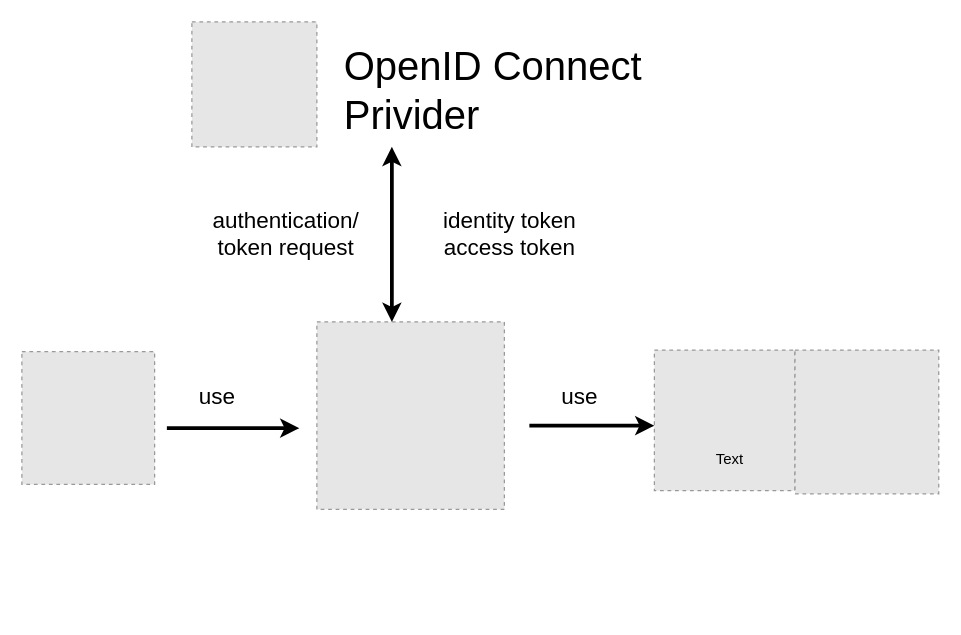
This is 未命名绘图.drawio from xzs603/draw.io, a draw.io file, before an edit. Source tidied: cells renumbered, new cells numbered last; positions are measured from the earlier drawing's top-left corner, leaving out a move shared by most shapes. Both pictures are drawn from the tidied source at 125%, with x=0, y=0 at pixel (21, 21). Pictures stored in the file or linked from it are replaced by grey dashed boxes.
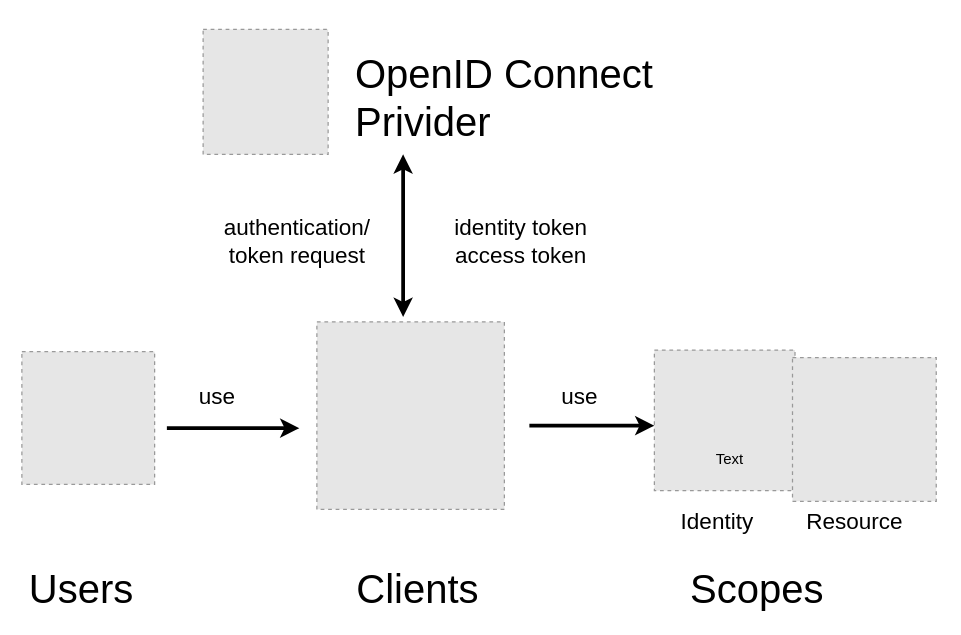
Above is the later version.

Commit message:
更新未命名绘图.drawio

The edit, as a diff of the source:
```diff
@@
     <mxCell id="2" style="fillColor=#E6E6E6;strokeColor=#999999;dashed=1;verticalLabelPosition=bottom;verticalAlign=top;" parent="1" vertex="1">
-      <mxGeometry x="136" width="100" height="100" as="geometry" />
+      <mxGeometry x="145" y="6" width="100" height="100" as="geometry" />
     </mxCell>
@@
     <mxCell id="6" style="fillColor=#E6E6E6;strokeColor=#999999;dashed=1;verticalLabelPosition=bottom;verticalAlign=top;" parent="1" vertex="1">
-      <mxGeometry x="618.5" y="262.5" width="115" height="115" as="geometry" />
+      <mxGeometry x="616.5" y="268.5" width="115" height="115" as="geometry" />
     </mxCell>
@@
     <mxCell id="9" style="endArrow=classic;startArrow=classic;html=1;rounded=0;strokeWidth=3;" parent="1" edge="1">
       <mxGeometry relative="1" as="geometry">
-        <mxPoint x="296" y="240" as="sourcePoint" />
-        <mxPoint x="296" y="100" as="targetPoint" />
+        <mxPoint x="305" y="236" as="sourcePoint" />
+        <mxPoint x="305" y="106" as="targetPoint" />
       </mxGeometry>
     </mxCell>
@@
     <mxCell id="13" value="&lt;font style=&quot;font-size: 18px&quot;&gt;authentication/&lt;br&gt;token request&lt;br&gt;&lt;/font&gt;" style="text;html=1;align=center;verticalAlign=middle;strokeColor=none;fillColor=none;" parent="1" vertex="1">
-      <mxGeometry x="146" y="150" width="130" height="40" as="geometry" />
+      <mxGeometry x="155" y="156" width="130" height="40" as="geometry" />
     </mxCell>
     <mxCell id="14" value="&lt;span style=&quot;font-size: 18px&quot;&gt;identity token&lt;br&gt;access token&lt;br&gt;&lt;/span&gt;" style="text;html=1;align=center;verticalAlign=middle;strokeColor=none;fillColor=none;" parent="1" vertex="1">
-      <mxGeometry x="330" y="150" width="120" height="40" as="geometry" />
+      <mxGeometry x="339" y="156" width="120" height="40" as="geometry" />
     </mxCell>
     <mxCell id="15" value="&lt;font style=&quot;font-size: 32px&quot;&gt;OpenID Connect&lt;br&gt;Privider&lt;br&gt;&lt;/font&gt;" style="text;html=1;align=left;verticalAlign=middle;strokeColor=none;fillColor=none;" parent="1" vertex="1">
-      <mxGeometry x="256" y="30" width="250" height="50" as="geometry" />
+      <mxGeometry x="265" y="36" width="250" height="50" as="geometry" />
     </mxCell>
+    <mxCell id="16" value="&lt;font style=&quot;font-size: 32px&quot;&gt;Users&lt;br&gt;&lt;/font&gt;" style="text;html=1;align=left;verticalAlign=middle;strokeColor=none;fillColor=none;" parent="1" vertex="1">
+      <mxGeometry x="4" y="439" width="100" height="30" as="geometry" />
+    </mxCell>
+    <mxCell id="17" value="&lt;font style=&quot;font-size: 32px&quot;&gt;Clients&lt;br&gt;&lt;/font&gt;" style="text;html=1;align=left;verticalAlign=middle;strokeColor=none;fillColor=none;" parent="1" vertex="1">
+      <mxGeometry x="266" y="439" width="110" height="30" as="geometry" />
+    </mxCell>
+    <mxCell id="18" value="&lt;font style=&quot;font-size: 32px&quot;&gt;Scopes&lt;br&gt;&lt;/font&gt;" style="text;html=1;align=left;verticalAlign=middle;strokeColor=none;fillColor=none;" parent="1" vertex="1">
+      <mxGeometry x="533" y="439" width="120" height="30" as="geometry" />
+    </mxCell>
+    <mxCell id="19" value="&lt;font style=&quot;font-size: 18px&quot;&gt;Identity&lt;/font&gt;" style="text;html=1;align=center;verticalAlign=middle;strokeColor=none;fillColor=none;" parent="1" vertex="1">
+      <mxGeometry x="521" y="390" width="70" height="20" as="geometry" />
+    </mxCell>
+    <mxCell id="20" value="&lt;font style=&quot;font-size: 18px&quot;&gt;Resource&lt;/font&gt;" style="text;html=1;align=center;verticalAlign=middle;strokeColor=none;fillColor=none;" parent="1" vertex="1">
+      <mxGeometry x="621" y="390" width="90" height="20" as="geometry" />
+    </mxCell>
```
